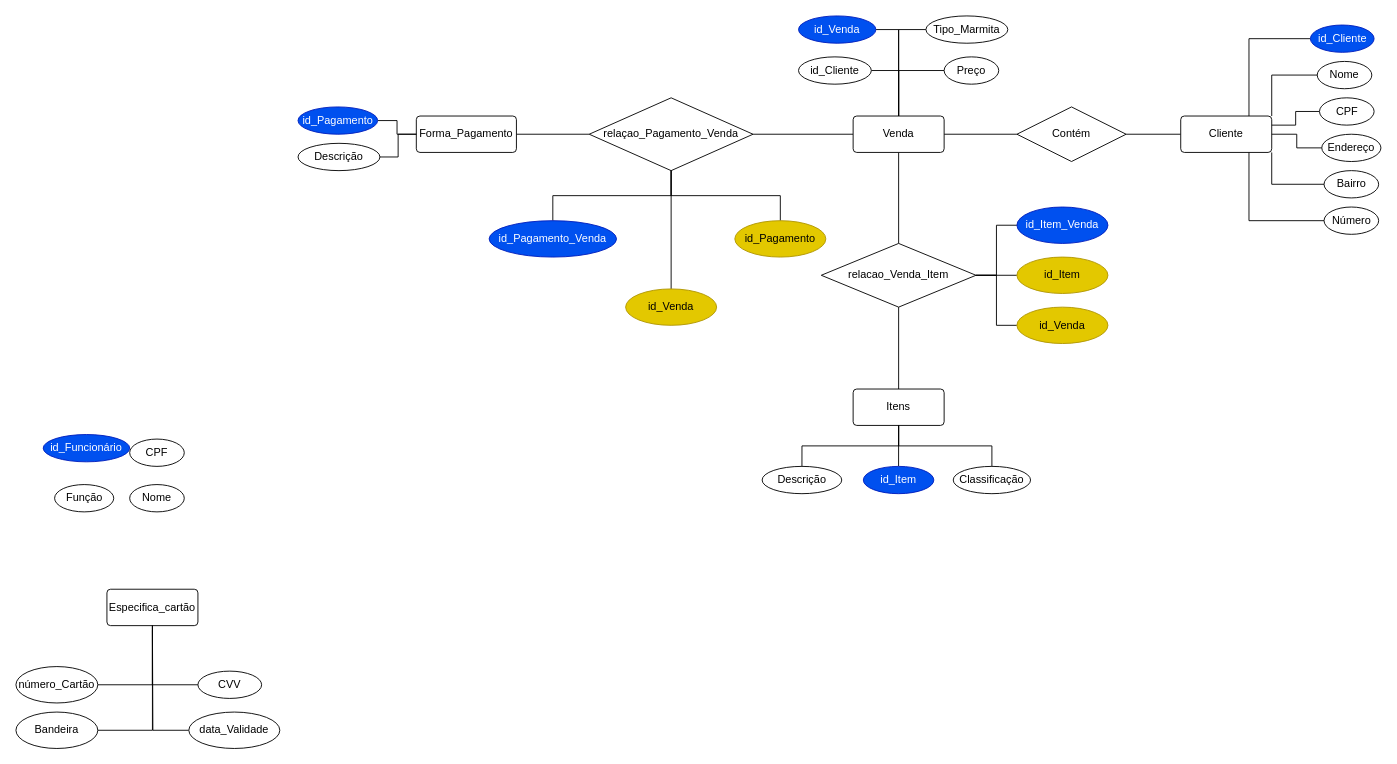
HugoNovais/Projetoss keeps this draw.io diagram as Untitled Diagram.drawio. Above is the earlier version. Source tidied: cells renumbered, new cells numbered last; positions are measured from the earlier drawing's top-left corner, leaving out a move shared by most shapes. Both pictures are drawn from the tidied source at 91%, with x=0, y=0 at pixel (15, 15).
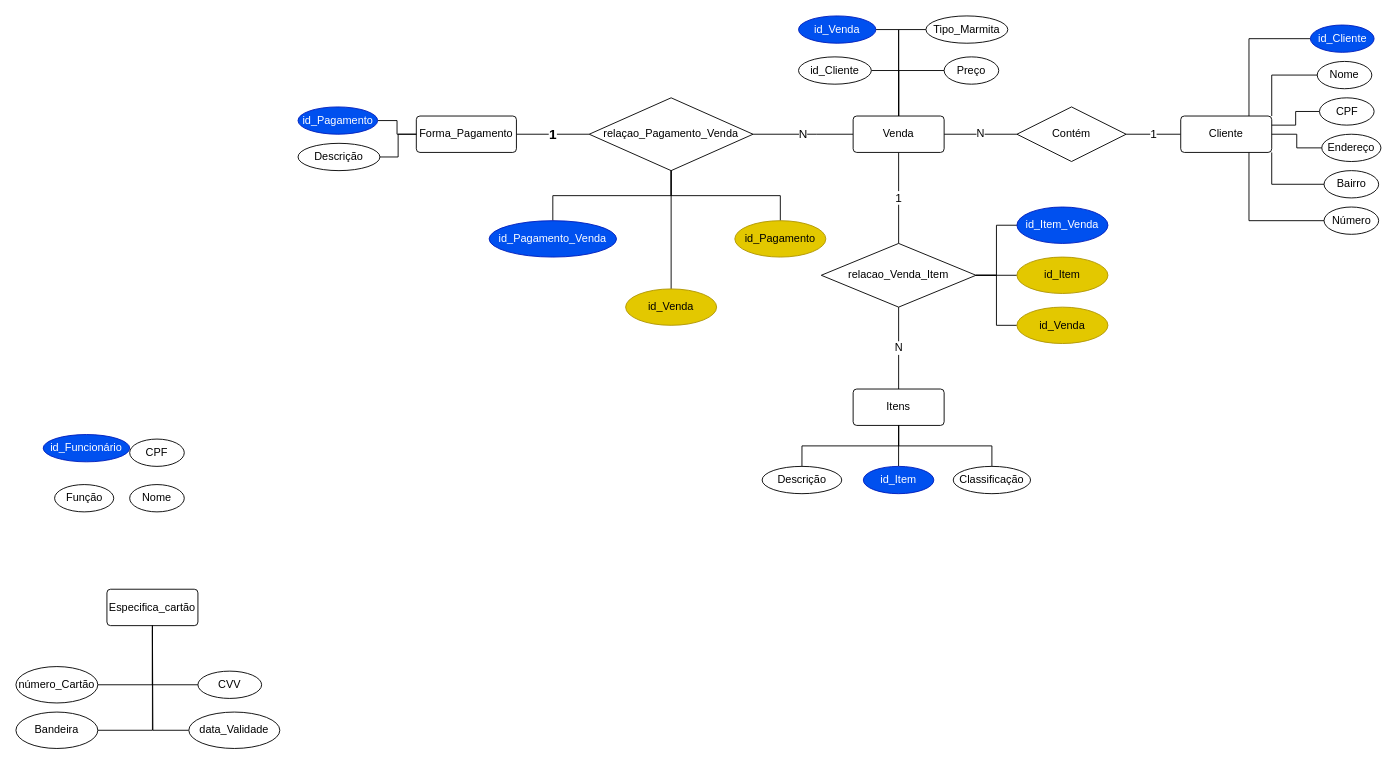
After the change.

The change refers to these unchanged cells:
```xml
<mxCell id="3" value="Cliente" style="rounded=1;arcSize=10;whiteSpace=wrap;html=1;align=center;glass=0;shadow=0;" parent="1" vertex="1">
  <mxGeometry x="1280" y="110" width="100" height="40" as="geometry" />
</mxCell>
<mxCell id="29" value="relaçao_Pagamento_Venda" style="shape=rhombus;perimeter=rhombusPerimeter;whiteSpace=wrap;html=1;align=center;shadow=0;glass=0;" parent="1" vertex="1">
  <mxGeometry x="630" y="90" width="180" height="80" as="geometry" />
</mxCell>
<mxCell id="31" value="relacao_Venda_Item" style="shape=rhombus;perimeter=rhombusPerimeter;whiteSpace=wrap;html=1;align=center;shadow=0;glass=0;" parent="1" vertex="1">
  <mxGeometry x="885" y="250" width="170" height="70" as="geometry" />
</mxCell>
<mxCell id="33" value="Itens" style="rounded=1;arcSize=10;whiteSpace=wrap;html=1;align=center;shadow=0;glass=0;" parent="1" vertex="1">
  <mxGeometry x="920" y="410" width="100" height="40" as="geometry" />
</mxCell>
<mxCell id="35" value="Forma_Pagamento" style="rounded=1;arcSize=10;whiteSpace=wrap;html=1;align=center;shadow=0;glass=0;" parent="1" vertex="1">
  <mxGeometry x="440" y="110" width="110" height="40" as="geometry" />
</mxCell>
<mxCell id="69" value="Venda" style="rounded=1;arcSize=10;whiteSpace=wrap;html=1;align=center;" parent="1" vertex="1">
  <mxGeometry x="920" y="110" width="100" height="40" as="geometry" />
</mxCell>
<mxCell id="70" value="Contém" style="shape=rhombus;perimeter=rhombusPerimeter;whiteSpace=wrap;html=1;align=center;" parent="1" vertex="1">
  <mxGeometry x="1100" y="100" width="120" height="60" as="geometry" />
</mxCell>
```

What changed in the source:
```diff
@@
-    <mxCell id="2" style="edgeStyle=orthogonalEdgeStyle;rounded=0;jettySize=auto;html=1;exitX=0;exitY=0.5;exitDx=0;exitDy=0;entryX=1;entryY=0.5;entryDx=0;entryDy=0;startArrow=none;startFill=0;endArrow=none;endFill=0;" parent="1" edge="1" source="3" target="70">
+    <mxCell id="2" value="1" style="edgeStyle=orthogonalEdgeStyle;rounded=0;jettySize=auto;html=1;exitX=0;exitY=0.5;exitDx=0;exitDy=0;entryX=1;entryY=0.5;entryDx=0;entryDy=0;startArrow=none;startFill=0;endArrow=none;endFill=0;fontSize=13;" parent="1" edge="1" source="3" target="70">
       <mxGeometry relative="1" as="geometry" />
     </mxCell>
@@
-    <mxCell id="28" style="edgeStyle=orthogonalEdgeStyle;rounded=0;jettySize=auto;html=1;exitX=1;exitY=0.5;exitDx=0;exitDy=0;entryX=0;entryY=0.5;entryDx=0;entryDy=0;startArrow=none;startFill=0;endArrow=none;endFill=0;" parent="1" edge="1" source="29" target="69">
-      <mxGeometry relative="1" as="geometry" />
+    <mxCell id="28" value="N" style="edgeStyle=orthogonalEdgeStyle;rounded=0;jettySize=auto;html=1;exitX=1;exitY=0.5;exitDx=0;exitDy=0;entryX=0;entryY=0.5;entryDx=0;entryDy=0;startArrow=none;startFill=0;endArrow=none;endFill=0;fontSize=13;" parent="1" edge="1" source="29" target="69">
+      <mxGeometry relative="1" as="geometry">
+        <Array as="points">
+          <mxPoint x="880" y="130" />
+          <mxPoint x="880" y="130" />
+        </Array>
+      </mxGeometry>
     </mxCell>
@@
-    <mxCell id="30" style="edgeStyle=orthogonalEdgeStyle;rounded=0;jettySize=auto;html=1;exitX=0.5;exitY=0;exitDx=0;exitDy=0;entryX=0.5;entryY=1;entryDx=0;entryDy=0;startArrow=none;startFill=0;endArrow=none;endFill=0;" parent="1" edge="1" source="31" target="69">
+    <mxCell id="30" value="1" style="edgeStyle=orthogonalEdgeStyle;rounded=0;jettySize=auto;html=1;exitX=0.5;exitY=0;exitDx=0;exitDy=0;entryX=0.5;entryY=1;entryDx=0;entryDy=0;startArrow=none;startFill=0;endArrow=none;endFill=0;fontSize=13;" parent="1" edge="1" source="31" target="69">
       <mxGeometry relative="1" as="geometry" />
     </mxCell>
@@
-    <mxCell id="32" style="edgeStyle=orthogonalEdgeStyle;rounded=0;jettySize=auto;html=1;exitX=0.5;exitY=0;exitDx=0;exitDy=0;entryX=0.5;entryY=1;entryDx=0;entryDy=0;startArrow=none;startFill=0;endArrow=none;endFill=0;" parent="1" edge="1" source="33" target="31">
+    <mxCell id="32" value="N" style="edgeStyle=orthogonalEdgeStyle;rounded=0;jettySize=auto;html=1;exitX=0.5;exitY=0;exitDx=0;exitDy=0;entryX=0.5;entryY=1;entryDx=0;entryDy=0;startArrow=none;startFill=0;endArrow=none;endFill=0;fontSize=12;" parent="1" edge="1" source="33" target="31">
       <mxGeometry relative="1" as="geometry" />
     </mxCell>
@@
-    <mxCell id="34" style="edgeStyle=orthogonalEdgeStyle;rounded=0;jettySize=auto;html=1;exitX=1;exitY=0.5;exitDx=0;exitDy=0;entryX=0;entryY=0.5;entryDx=0;entryDy=0;startArrow=none;startFill=0;endArrow=none;endFill=0;" parent="1" edge="1" source="35" target="29">
+    <mxCell id="34" value="&lt;h3 style=&quot;font-size: 15px&quot;&gt;1&lt;/h3&gt;" style="edgeStyle=orthogonalEdgeStyle;rounded=0;jettySize=auto;html=1;exitX=1;exitY=0.5;exitDx=0;exitDy=0;entryX=0;entryY=0.5;entryDx=0;entryDy=0;startArrow=none;startFill=0;endArrow=none;endFill=0;" parent="1" edge="1" source="35" target="29">
       <mxGeometry relative="1" as="geometry" />
     </mxCell>
@@
-    <mxCell id="68" style="edgeStyle=orthogonalEdgeStyle;rounded=0;jettySize=auto;html=1;exitX=1;exitY=0.5;exitDx=0;exitDy=0;entryX=0;entryY=0.5;entryDx=0;entryDy=0;startArrow=none;startFill=0;endArrow=none;endFill=0;" parent="1" edge="1" source="69" target="70">
+    <mxCell id="68" value="N" style="edgeStyle=orthogonalEdgeStyle;rounded=0;jettySize=auto;html=1;exitX=1;exitY=0.5;exitDx=0;exitDy=0;entryX=0;entryY=0.5;entryDx=0;entryDy=0;startArrow=none;startFill=0;endArrow=none;endFill=0;fontSize=12;" parent="1" edge="1" source="69" target="70">
       <mxGeometry relative="1" as="geometry" />
     </mxCell>
```
